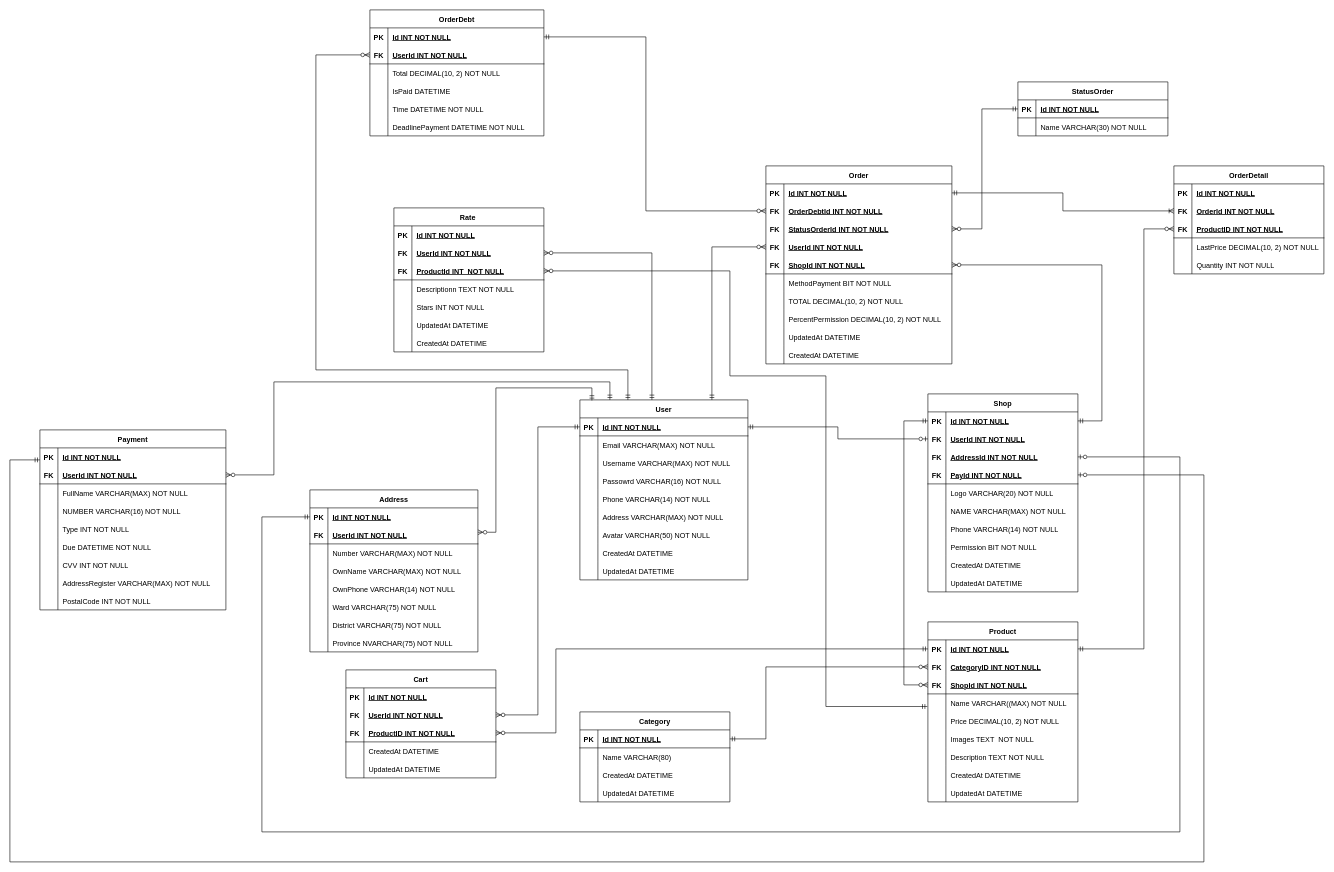
Before: Doc/Diagram/ERD/ERD.drawio in PhuNguyen01997/P-P-Commercial-Sem04, a draw.io diagram. Source tidied: cells renumbered, new cells numbered last; positions are measured from the earlier drawing's top-left corner, leaving out a move shared by most shapes. Both pictures are drawn from the tidied source at 60%, with x=0, y=0 at pixel (10, 10).
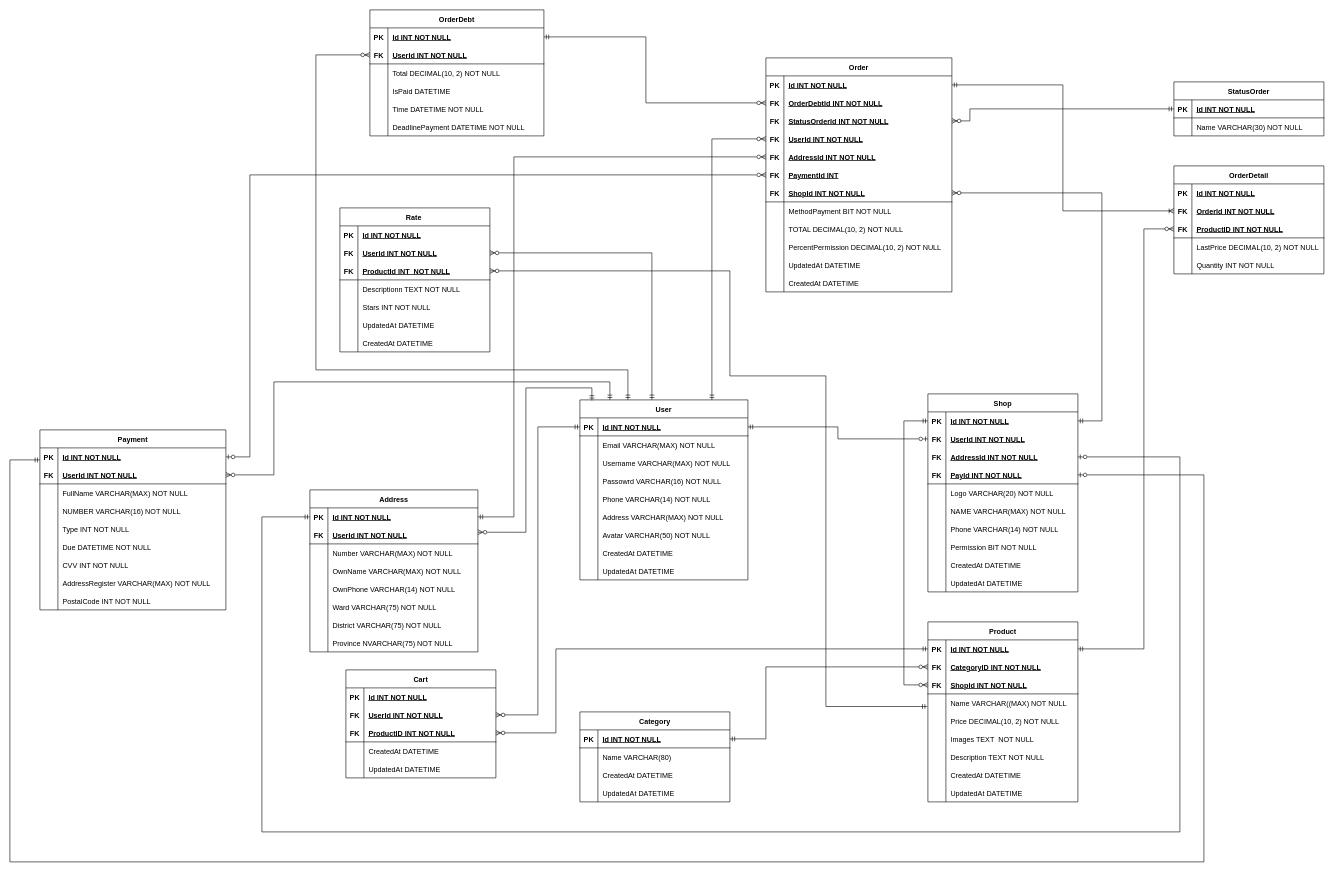
Above is the later version.

Unchanged cells that the change refers to:
```xml
<mxCell id="32" style="shape=partialRectangle;fillColor=none;points=[[0,0.5],[1,0.5]];portConstraint=eastwest;top=0;left=0;right=0;bottom=1;strokeColor=none;" parent="31" vertex="1">
  <mxGeometry y="30" width="250" height="30" as="geometry" />
</mxCell>
<mxCell id="129" style="shape=partialRectangle;fillColor=none;points=[[0,0.5],[1,0.5]];portConstraint=eastwest;top=0;left=0;right=0;bottom=1;strokeColor=none;" parent="125" vertex="1">
  <mxGeometry y="60" width="310" height="30" as="geometry" />
</mxCell>
<mxCell id="132" style="shape=partialRectangle;fillColor=none;points=[[0,0.5],[1,0.5]];portConstraint=eastwest;top=0;left=0;right=0;bottom=1;strokeColor=none;" parent="125" vertex="1">
  <mxGeometry y="90" width="310" height="30" as="geometry" />
</mxCell>
<mxCell id="135" style="shape=partialRectangle;fillColor=none;points=[[0,0.5],[1,0.5]];portConstraint=eastwest;top=0;left=0;right=0;bottom=1;strokeColor=none;" parent="125" vertex="1">
  <mxGeometry y="120" width="310" height="30" as="geometry" />
</mxCell>
<mxCell id="181" style="shape=partialRectangle;fillColor=none;points=[[0,0.5],[1,0.5]];portConstraint=eastwest;top=0;left=0;right=0;bottom=1;" parent="180" vertex="1">
  <mxGeometry y="30" width="250" height="30" as="geometry" />
</mxCell>
<mxCell id="189" style="shape=partialRectangle;fillColor=none;points=[[0,0.5],[1,0.5]];portConstraint=eastwest;top=0;left=0;right=0;bottom=1;strokeColor=none;" parent="188" vertex="1">
  <mxGeometry y="30" width="290" height="30" as="geometry" />
</mxCell>
<mxCell id="229" style="shape=partialRectangle;fillColor=none;points=[[0,0.5],[1,0.5]];portConstraint=eastwest;top=0;left=0;right=0;bottom=1;strokeColor=none;" parent="228" vertex="1">
  <mxGeometry y="30" width="280" height="30" as="geometry" />
</mxCell>
<mxCell id="232" style="shape=partialRectangle;fillColor=none;points=[[0,0.5],[1,0.5]];portConstraint=eastwest;top=0;left=0;right=0;bottom=1;strokeColor=default;" parent="228" vertex="1">
  <mxGeometry y="60" width="280" height="30" as="geometry" />
</mxCell>
<mxCell id="255" style="shape=partialRectangle;fillColor=none;points=[[0,0.5],[1,0.5]];portConstraint=eastwest;top=0;left=0;right=0;bottom=1;strokeColor=none;" parent="254" vertex="1">
  <mxGeometry y="30" width="310" height="30" as="geometry" />
</mxCell>
```

Change to the diagram source:
```diff
@@
     <mxCell id="90" value="Rate " style="shape=table;startSize=30;childLayout=tableLayout;rowLines=0;fontStyle=1;align=center;" parent="1" vertex="1">
-      <mxGeometry x="640" y="330" width="250" height="240" as="geometry" />
+      <mxGeometry x="550" y="330" width="250" height="240" as="geometry" />
     </mxCell>
@@
     <mxCell id="125" value="Order" style="shape=table;startSize=30;childLayout=tableLayout;rowLines=0;fontStyle=1;align=center;" parent="1" vertex="1">
-      <mxGeometry x="1260" y="260" width="310" height="330" as="geometry" />
+      <mxGeometry x="1260" y="80" width="310" height="390" as="geometry" />
     </mxCell>
@@
+    <mxCell id="284" style="shape=partialRectangle;fillColor=none;points=[[0,0.5],[1,0.5]];portConstraint=eastwest;top=0;left=0;right=0;bottom=1;strokeColor=none;" parent="125" vertex="1">
+      <mxGeometry y="150" width="310" height="30" as="geometry" />
+    </mxCell>
+    <mxCell id="285" value="FK" style="shape=partialRectangle;overflow=hidden;fillColor=none;top=0;left=0;bottom=0;right=0;fontStyle=1;" parent="284" vertex="1">
+      <mxGeometry width="30" height="30" as="geometry" />
+    </mxCell>
+    <mxCell id="286" value="AddressId INT NOT NULL" style="shape=partialRectangle;overflow=hidden;fillColor=none;top=0;left=0;bottom=0;right=0;align=left;spacingLeft=6;fontStyle=5;" parent="284" vertex="1">
+      <mxGeometry x="30" width="280" height="30" as="geometry" />
+    </mxCell>
+    <mxCell id="287" style="shape=partialRectangle;fillColor=none;points=[[0,0.5],[1,0.5]];portConstraint=eastwest;top=0;left=0;right=0;bottom=1;strokeColor=none;" parent="125" vertex="1">
+      <mxGeometry y="180" width="310" height="30" as="geometry" />
+    </mxCell>
+    <mxCell id="288" value="FK" style="shape=partialRectangle;overflow=hidden;fillColor=none;top=0;left=0;bottom=0;right=0;fontStyle=1;" parent="287" vertex="1">
+      <mxGeometry width="30" height="30" as="geometry" />
+    </mxCell>
+    <mxCell id="289" value="PaymentId INT" style="shape=partialRectangle;overflow=hidden;fillColor=none;top=0;left=0;bottom=0;right=0;align=left;spacingLeft=6;fontStyle=5;" parent="287" vertex="1">
+      <mxGeometry x="30" width="280" height="30" as="geometry" />
+    </mxCell>
     <mxCell id="138" style="shape=partialRectangle;fillColor=none;points=[[0,0.5],[1,0.5]];portConstraint=eastwest;top=0;left=0;right=0;bottom=1;" parent="125" vertex="1">
-      <mxGeometry y="150" width="310" height="30" as="geometry" />
+      <mxGeometry y="210" width="310" height="30" as="geometry" />
     </mxCell>
@@
     <mxCell id="141" style="shape=partialRectangle;fillColor=none;top=0;left=0;right=0;bottom=0;" parent="125" vertex="1">
-      <mxGeometry y="180" width="310" height="30" as="geometry" />
+      <mxGeometry y="240" width="310" height="30" as="geometry" />
     </mxCell>
@@
     <mxCell id="144" style="shape=partialRectangle;fillColor=none;top=0;left=0;right=0;bottom=0;" parent="125" vertex="1">
-      <mxGeometry y="210" width="310" height="30" as="geometry" />
+      <mxGeometry y="270" width="310" height="30" as="geometry" />
     </mxCell>
@@
     <mxCell id="147" style="shape=partialRectangle;fillColor=none;top=0;left=0;right=0;bottom=0;" parent="125" vertex="1">
-      <mxGeometry y="240" width="310" height="30" as="geometry" />
+      <mxGeometry y="300" width="310" height="30" as="geometry" />
     </mxCell>
@@
     <mxCell id="150" style="shape=partialRectangle;fillColor=none;top=0;left=0;right=0;bottom=0;" parent="125" vertex="1">
-      <mxGeometry y="270" width="310" height="30" as="geometry" />
+      <mxGeometry y="330" width="310" height="30" as="geometry" />
     </mxCell>
@@
     <mxCell id="153" style="shape=partialRectangle;fillColor=none;top=0;left=0;right=0;bottom=0;" parent="125" vertex="1">
-      <mxGeometry y="300" width="310" height="30" as="geometry" />
+      <mxGeometry y="360" width="310" height="30" as="geometry" />
     </mxCell>
@@
-    <mxCell id="178" style="edgeStyle=orthogonalEdgeStyle;rounded=0;jettySize=auto;html=1;entryX=1;entryY=0.5;entryDx=0;entryDy=0;startArrow=ERzeroToMany;startFill=1;endArrow=ERmandOne;endFill=0;" parent="1" edge="1" target="32">
+    <mxCell id="178" style="edgeStyle=orthogonalEdgeStyle;rounded=0;jettySize=auto;html=1;entryX=1;entryY=0.5;entryDx=0;entryDy=0;startArrow=ERzeroToMany;startFill=1;endArrow=ERmandOne;endFill=0;exitX=1;exitY=0.5;exitDx=0;exitDy=0;" parent="1" edge="1" source="138" target="32">
       <mxGeometry relative="1" as="geometry">
-        <mxPoint x="1570" y="425" as="sourcePoint" />
         <Array as="points">
-          <mxPoint x="1820" y="425" />
+          <mxPoint x="1820" y="305" />
           <mxPoint x="1820" y="685" />
         </Array>
       </mxGeometry>
     </mxCell>
     <mxCell id="179" style="edgeStyle=orthogonalEdgeStyle;rounded=0;jettySize=auto;html=1;startArrow=ERzeroToMany;startFill=1;endArrow=ERmandOne;endFill=0;exitX=0;exitY=0.5;exitDx=0;exitDy=0;" parent="1" edge="1" source="135">
       <mxGeometry relative="1" as="geometry">
         <mxPoint x="1170" y="650" as="targetPoint" />
         <Array as="points">
-          <mxPoint x="1170" y="395" />
+          <mxPoint x="1170" y="215" />
         </Array>
       </mxGeometry>
     </mxCell>
     <mxCell id="180" value="StatusOrder" style="shape=table;startSize=30;childLayout=tableLayout;rowLines=0;fontStyle=1;align=center;" parent="1" vertex="1">
-      <mxGeometry x="1680" y="120" width="250" height="90" as="geometry" />
+      <mxGeometry x="1940" y="120" width="250" height="90" as="geometry" />
     </mxCell>
@@
     <mxCell id="187" style="edgeStyle=orthogonalEdgeStyle;rounded=0;jettySize=auto;html=1;entryX=0;entryY=0.5;entryDx=0;entryDy=0;startArrow=ERzeroToMany;startFill=1;endArrow=ERmandOne;endFill=0;exitX=1;exitY=0.5;exitDx=0;exitDy=0;" parent="1" edge="1" source="132" target="181">
       <mxGeometry relative="1" as="geometry">
         <Array as="points">
-          <mxPoint x="1620" y="365" />
-          <mxPoint x="1620" y="165" />
+          <mxPoint x="1600" y="185" />
+          <mxPoint x="1600" y="165" />
         </Array>
       </mxGeometry>
     </mxCell>
@@
     <mxCell id="208" style="edgeStyle=orthogonalEdgeStyle;rounded=0;jettySize=auto;html=1;entryX=1;entryY=0.5;entryDx=0;entryDy=0;startArrow=ERzeroToMany;startFill=1;endArrow=ERmandOne;endFill=0;exitX=0;exitY=0.5;exitDx=0;exitDy=0;" parent="1" edge="1" source="129" target="189">
       <mxGeometry relative="1" as="geometry">
         <Array as="points">
-          <mxPoint x="1060" y="335" />
+          <mxPoint x="1060" y="155" />
           <mxPoint x="1060" y="45" />
         </Array>
       </mxGeometry>
     </mxCell>
@@
     <mxCell id="227" style="edgeStyle=orthogonalEdgeStyle;rounded=0;jettySize=auto;html=1;endArrow=ERmandOne;endFill=0;startArrow=ERzeroToMany;startFill=0;exitX=1;exitY=0.352;exitDx=0;exitDy=0;exitPerimeter=0;" parent="1" edge="1" source="232">
       <mxGeometry relative="1" as="geometry">
         <mxPoint x="970" y="651" as="targetPoint" />
         <Array as="points">
-          <mxPoint x="810" y="871" />
-          <mxPoint x="810" y="630" />
+          <mxPoint x="860" y="871" />
+          <mxPoint x="860" y="630" />
           <mxPoint x="970" y="630" />
         </Array>
       </mxGeometry>
     </mxCell>
@@
+    <mxCell id="290" style="edgeStyle=orthogonalEdgeStyle;rounded=0;jettySize=auto;html=1;entryX=0;entryY=0.5;entryDx=0;entryDy=0;startArrow=ERmandOne;startFill=0;endArrow=ERzeroToMany;endFill=0;exitX=1;exitY=0.5;exitDx=0;exitDy=0;" parent="1" edge="1" source="229" target="284">
+      <mxGeometry relative="1" as="geometry">
+        <Array as="points">
+          <mxPoint x="840" y="845" />
+          <mxPoint x="840" y="245" />
+        </Array>
+      </mxGeometry>
+    </mxCell>
+    <mxCell id="291" style="edgeStyle=orthogonalEdgeStyle;rounded=0;jettySize=auto;html=1;entryX=0;entryY=0.5;entryDx=0;entryDy=0;startArrow=ERzeroToOne;startFill=0;endArrow=ERzeroToMany;endFill=0;exitX=1;exitY=0.5;exitDx=0;exitDy=0;" parent="1" edge="1" source="255" target="287">
+      <mxGeometry relative="1" as="geometry">
+        <Array as="points">
+          <mxPoint x="400" y="745" />
+          <mxPoint x="400" y="275" />
+        </Array>
+      </mxGeometry>
+    </mxCell>
```
